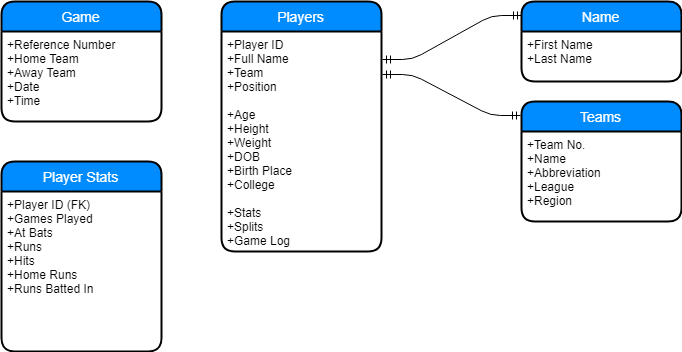
Earlier version of the draw.io export entity.png (ilara2/mlb-database). Source tidied: cells renumbered, new cells last; positions are measured from the earlier drawing's top-left corner, leaving out a move shared by most shapes. The source it was exported from:
```xml
<mxGraphModel>
  <root>
    <mxCell id="0" />
    <mxCell id="1" parent="0" />
    <mxCell id="2" value="Players" style="swimlane;horizontal=1;startSize=30;fillColor=#008cff;fontColor=#FFFFFF;rounded=1;fontSize=14;fontStyle=0;strokeWidth=2;shadow=0;dashed=0;align=center;" parent="1" vertex="1">
      <mxGeometry x="220" width="160" height="250" as="geometry" />
    </mxCell>
    <mxCell id="3" value="+Player ID&#10;+Full Name&#10;+Team&#10;+Position&#10;&#10;+Age&#10;+Height&#10;+Weight&#10;+DOB&#10;+Birth Place&#10;+College&#10;&#10;+Stats&#10;+Splits&#10;+Game Log" style="align=left;strokeColor=none;fillColor=none;spacingLeft=4;fontSize=12;verticalAlign=top;" parent="2" vertex="1">
      <mxGeometry y="30" width="160" height="220" as="geometry" />
    </mxCell>
    <mxCell id="4" value="Teams" style="swimlane;horizontal=1;startSize=30;fillColor=#008cff;fontColor=#FFFFFF;rounded=1;fontSize=14;fontStyle=0;strokeWidth=2;shadow=0;dashed=0;align=center;" parent="1" vertex="1">
      <mxGeometry x="520" y="100" width="160" height="120" as="geometry" />
    </mxCell>
    <mxCell id="5" value="+Team No.&#10;+Name&#10;+Abbreviation&#10;+League&#10;+Region" style="align=left;strokeColor=none;fillColor=none;spacingLeft=4;fontSize=12;verticalAlign=top;" parent="4" vertex="1">
      <mxGeometry y="30" width="160" height="90" as="geometry" />
    </mxCell>
    <mxCell id="6" value="Player Stats" style="swimlane;horizontal=1;startSize=30;fillColor=#008cff;fontColor=#FFFFFF;rounded=1;fontSize=14;fontStyle=0;strokeWidth=2;shadow=0;dashed=0;align=center;" parent="1" vertex="1">
      <mxGeometry y="160" width="160" height="190" as="geometry" />
    </mxCell>
    <mxCell id="7" value="+Player ID (FK)&#10;+Games Played&#10;+At Bats&#10;+Runs&#10;+Hits&#10;+Home Runs&#10;+Runs Batted In" style="align=left;strokeColor=none;fillColor=none;spacingLeft=4;fontSize=12;verticalAlign=top;" parent="6" vertex="1">
      <mxGeometry y="30" width="160" height="160" as="geometry" />
    </mxCell>
    <mxCell id="8" value="Game" style="swimlane;horizontal=1;startSize=30;fillColor=#008cff;fontColor=#FFFFFF;rounded=1;fontSize=14;fontStyle=0;strokeWidth=2;shadow=0;dashed=0;align=center;" parent="1" vertex="1">
      <mxGeometry width="160" height="120" as="geometry" />
    </mxCell>
    <mxCell id="9" value="+Reference Number&#10;+Home Team&#10;+Away Team&#10;+Date&#10;+Time" style="align=left;strokeColor=none;fillColor=none;spacingLeft=4;fontSize=12;verticalAlign=top;" parent="8" vertex="1">
      <mxGeometry y="30" width="160" height="90" as="geometry" />
    </mxCell>
    <mxCell id="10" value="Name" style="swimlane;horizontal=1;startSize=30;fillColor=#008cff;fontColor=#FFFFFF;rounded=1;fontSize=14;fontStyle=0;strokeWidth=2;shadow=0;dashed=0;align=center;" parent="1" vertex="1">
      <mxGeometry x="520" width="160" height="80" as="geometry" />
    </mxCell>
    <mxCell id="11" value="+First Name&#10;+Last Name" style="align=left;strokeColor=none;fillColor=none;spacingLeft=4;fontSize=12;verticalAlign=top;" parent="10" vertex="1">
      <mxGeometry y="30" width="160" height="50" as="geometry" />
    </mxCell>
    <mxCell id="12" style="edgeStyle=entityRelationEdgeStyle;fontSize=12;html=1;endArrow=ERmandOne;startArrow=ERmandOne;entryX=-0.003;entryY=0.177;entryDx=0;entryDy=0;entryPerimeter=0;exitX=1.007;exitY=0.127;exitDx=0;exitDy=0;exitPerimeter=0;" parent="1" edge="1" source="3" target="10">
      <mxGeometry relative="1" as="geometry" />
    </mxCell>
    <mxCell id="13" style="edgeStyle=entityRelationEdgeStyle;fontSize=12;html=1;endArrow=ERmandOne;startArrow=ERmandOne;exitX=1.005;exitY=0.197;exitDx=0;exitDy=0;exitPerimeter=0;" parent="1" edge="1" source="3">
      <mxGeometry relative="1" as="geometry">
        <mxPoint x="519" y="114" as="targetPoint" />
      </mxGeometry>
    </mxCell>
  </root>
</mxGraphModel>
```
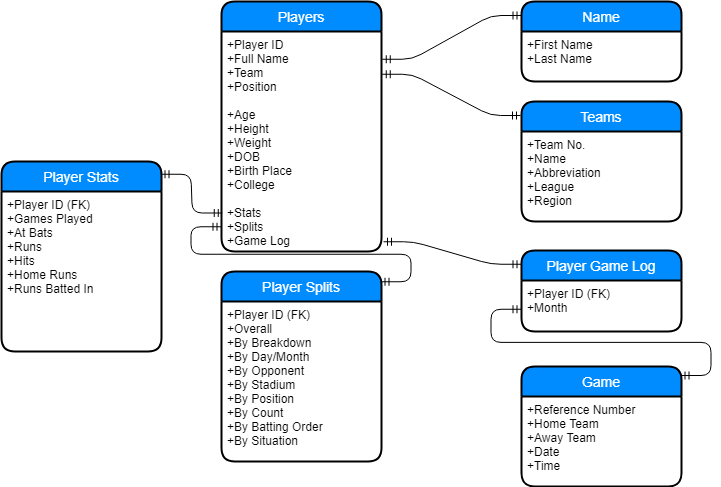
The same diagram one commit later.

Commit message:
updated entity a little

What changed in the source:
```diff
@@ -21,7 +21,7 @@
       <mxGeometry y="30" width="160" height="160" as="geometry" />
     </mxCell>
     <mxCell id="8" value="Game" style="swimlane;horizontal=1;startSize=30;fillColor=#008cff;fontColor=#FFFFFF;rounded=1;fontSize=14;fontStyle=0;strokeWidth=2;shadow=0;dashed=0;align=center;" parent="1" vertex="1">
-      <mxGeometry width="160" height="120" as="geometry" />
+      <mxGeometry x="520" y="365" width="160" height="120" as="geometry" />
     </mxCell>
     <mxCell id="9" value="+Reference Number&#10;+Home Team&#10;+Away Team&#10;+Date&#10;+Time" style="align=left;strokeColor=none;fillColor=none;spacingLeft=4;fontSize=12;verticalAlign=top;" parent="8" vertex="1">
       <mxGeometry y="30" width="160" height="90" as="geometry" />
@@ -40,5 +40,35 @@
         <mxPoint x="519" y="114" as="targetPoint" />
       </mxGeometry>
     </mxCell>
+    <mxCell id="14" value="&lt;span style=&quot;font-family: &amp;#34;helvetica&amp;#34; , &amp;#34;arial&amp;#34; , sans-serif ; font-size: 0px&quot;&gt;%3CmxGraphModel%3E%3Croot%3E%3CmxCell%20id%3D%220%22%2F%3E%3CmxCell%20id%3D%221%22%20parent%3D%220%22%2F%3E%3CmxCell%20id%3D%222%22%20value%3D%22%22%20style%3D%22edgeStyle%3DentityRelationEdgeStyle%3BfontSize%3D12%3Bhtml%3D1%3BendArrow%3DERmandOne%3BstartArrow%3DERmandOne%3BexitX%3D1.005%3BexitY%3D0.197%3BexitDx%3D0%3BexitDy%3D0%3BexitPerimeter%3D0%3B%22%20edge%3D%221%22%20parent%3D%221%22%3E%3CmxGeometry%20width%3D%22100%22%20height%3D%22100%22%20relative%3D%221%22%20as%3D%22geometry%22%3E%3CmxPoint%20x%3D%22501%22%20y%3D%22363%22%20as%3D%22sourcePoint%22%2F%3E%3CmxPoint%20x%3D%22639%22%20y%3D%22404%22%20as%3D%22targetPoint%22%2F%3E%3C%2FmxGeometry%3E%3C%2FmxCell%3E%3C%2Froot%3E%3C%2FmxGraphModel%3E&lt;/span&gt;" style="text;html=1;align=left;verticalAlign=top;spacingTop=-4;" parent="1" vertex="1">
+      <mxGeometry x="233" y="324" width="20" height="20" as="geometry" />
+    </mxCell>
+    <mxCell id="15" style="edgeStyle=entityRelationEdgeStyle;fontSize=12;html=1;endArrow=ERmandOne;startArrow=ERmandOne;exitX=1;exitY=0.068;exitDx=0;exitDy=0;exitPerimeter=0;entryX=0.001;entryY=0.826;entryDx=0;entryDy=0;entryPerimeter=0;" parent="1" edge="1" source="6" target="3">
+      <mxGeometry relative="1" as="geometry" />
+    </mxCell>
+    <mxCell id="16" value="Player Splits" style="swimlane;horizontal=1;startSize=30;fillColor=#008cff;fontColor=#FFFFFF;rounded=1;fontSize=14;fontStyle=0;strokeWidth=2;shadow=0;dashed=0;align=center;" parent="1" vertex="1">
+      <mxGeometry x="220" y="270" width="160" height="190" as="geometry" />
+    </mxCell>
+    <mxCell id="17" value="+Player ID (FK)&#10;+Overall&#10;+By Breakdown&#10;+By Day/Month&#10;+By Opponent&#10;+By Stadium&#10;+By Position&#10;+By Count&#10;+By Batting Order&#10;+By Situation" style="align=left;strokeColor=none;fillColor=none;spacingLeft=4;fontSize=12;verticalAlign=top;" parent="16" vertex="1">
+      <mxGeometry y="30" width="160" height="160" as="geometry" />
+    </mxCell>
+    <mxCell id="18" style="edgeStyle=entityRelationEdgeStyle;fontSize=12;html=1;endArrow=ERmandOne;startArrow=ERmandOne;entryX=-0.003;entryY=0.889;entryDx=0;entryDy=0;entryPerimeter=0;exitX=1;exitY=0.056;exitDx=0;exitDy=0;exitPerimeter=0;" parent="1" edge="1" source="16" target="3">
+      <mxGeometry relative="1" as="geometry" />
+    </mxCell>
+    <mxCell id="19" value="&lt;span style=&quot;font-family: &amp;#34;helvetica&amp;#34; , &amp;#34;arial&amp;#34; , sans-serif ; font-size: 0px&quot;&gt;%3CmxGraphModel%3E%3Croot%3E%3CmxCell%20id%3D%220%22%2F%3E%3CmxCell%20id%3D%221%22%20parent%3D%220%22%2F%3E%3CmxCell%20id%3D%222%22%20value%3D%22%22%20style%3D%22edgeStyle%3DentityRelationEdgeStyle%3BfontSize%3D12%3Bhtml%3D1%3BendArrow%3DERmandOne%3BstartArrow%3DERmandOne%3BexitX%3D1.005%3BexitY%3D0.197%3BexitDx%3D0%3BexitDy%3D0%3BexitPerimeter%3D0%3B%22%20edge%3D%221%22%20parent%3D%221%22%3E%3CmxGeometry%20width%3D%22100%22%20height%3D%22100%22%20relative%3D%221%22%20as%3D%22geometry%22%3E%3CmxPoint%20x%3D%22501%22%20y%3D%22363%22%20as%3D%22sourcePoint%22%2F%3E%3CmxPoint%20x%3D%22639%22%20y%3D%22404%22%20as%3D%22targetPoint%22%2F%3E%3C%2FmxGeometry%3E%3C%2FmxCell%3E%3C%2Froot%3E%3C%2FmxGraphModel%3E&lt;/span&gt;" style="text;html=1;align=left;verticalAlign=top;spacingTop=-4;" parent="1" vertex="1">
+      <mxGeometry x="533" y="303" width="20" height="20" as="geometry" />
+    </mxCell>
+    <mxCell id="20" value="Player Game Log" style="swimlane;horizontal=1;startSize=30;fillColor=#008cff;fontColor=#FFFFFF;rounded=1;fontSize=14;fontStyle=0;strokeWidth=2;shadow=0;dashed=0;align=center;" parent="1" vertex="1">
+      <mxGeometry x="520" y="249" width="160" height="81" as="geometry" />
+    </mxCell>
+    <mxCell id="21" value="+Player ID (FK)&#10;+Month" style="align=left;strokeColor=none;fillColor=none;spacingLeft=4;fontSize=12;verticalAlign=top;" parent="20" vertex="1">
+      <mxGeometry y="30" width="160" height="51" as="geometry" />
+    </mxCell>
+    <mxCell id="22" style="edgeStyle=entityRelationEdgeStyle;fontSize=12;html=1;endArrow=ERmandOne;startArrow=ERmandOne;entryX=-0.001;entryY=0.164;entryDx=0;entryDy=0;entryPerimeter=0;exitX=1.01;exitY=0.957;exitDx=0;exitDy=0;exitPerimeter=0;" parent="1" edge="1" source="3" target="20">
+      <mxGeometry relative="1" as="geometry" />
+    </mxCell>
+    <mxCell id="23" style="edgeStyle=entityRelationEdgeStyle;fontSize=12;html=1;endArrow=ERmandOne;startArrow=ERmandOne;entryX=-0.001;entryY=0.559;entryDx=0;entryDy=0;entryPerimeter=0;exitX=0.997;exitY=0.073;exitDx=0;exitDy=0;exitPerimeter=0;" parent="1" edge="1" source="8" target="21">
+      <mxGeometry relative="1" as="geometry" />
+    </mxCell>
   </root>
 </mxGraphModel>
```
